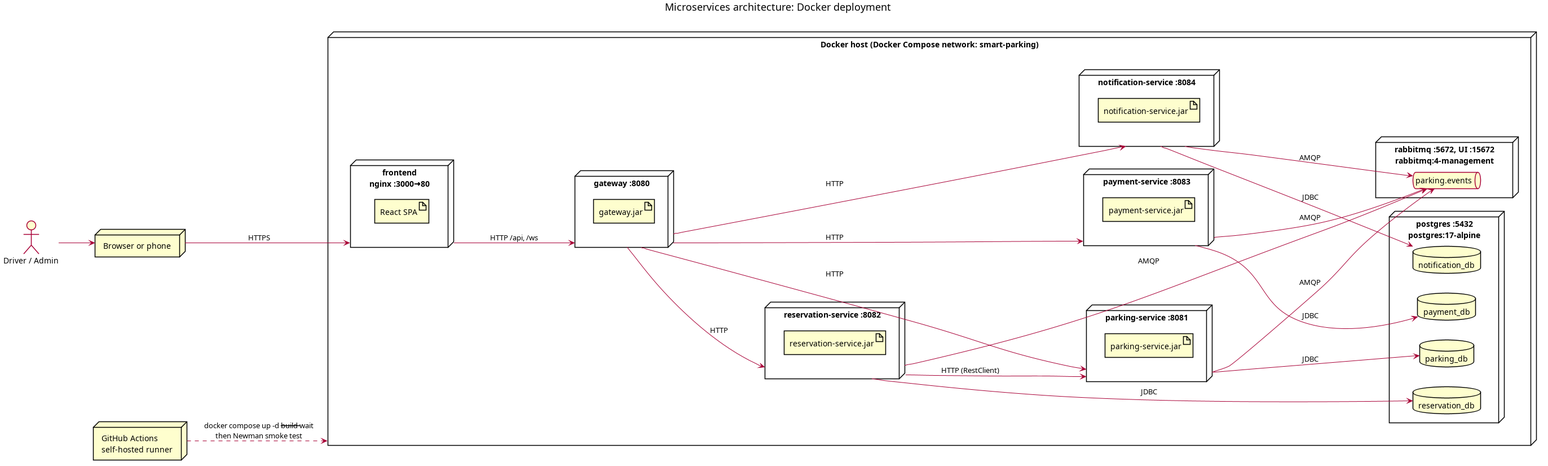
genan2003/spot-on keeps this PlantUML diagram as docs/images/architecture/microservices-deployment.png. Above is the earlier version. Its source is kept beside it as diagrams/architecture/microservices-deployment.puml.
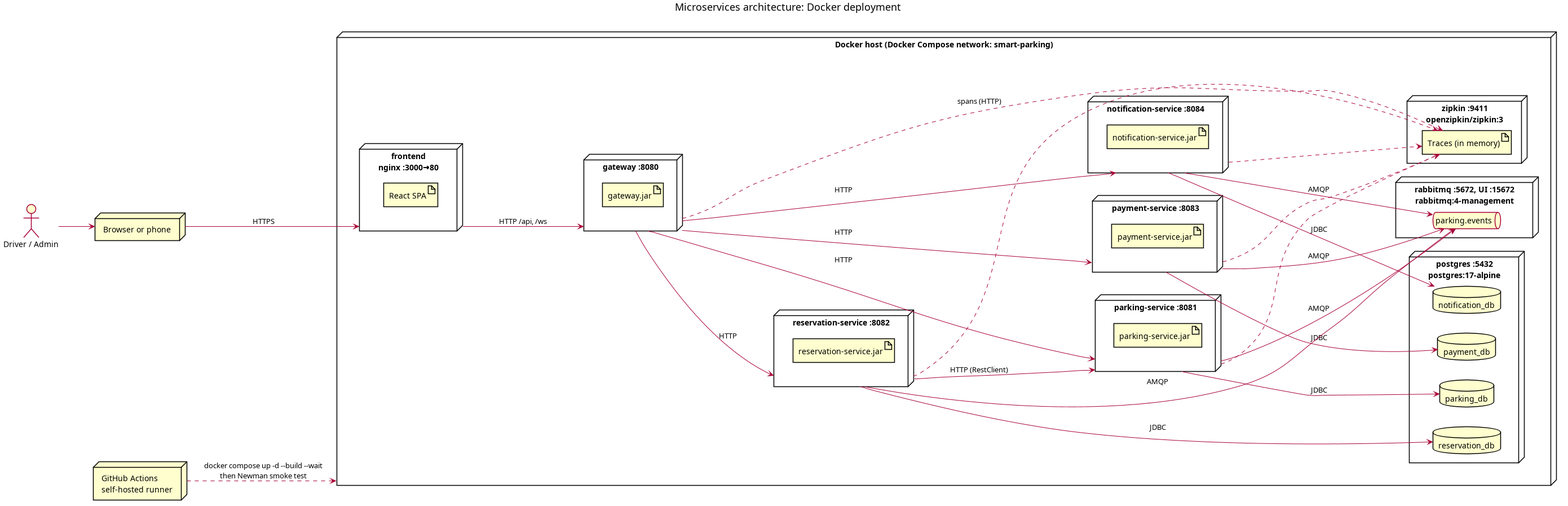
The same file after the commit.

Diff of the diagram source:
```diff
@@ -36,6 +36,9 @@
   node "rabbitmq :5672, UI :15672\nrabbitmq:4-management" as MQNode {
     queue "parking.events" as MQ
   }
+  node "zipkin :9411\nopenzipkin/zipkin:3" as ZK {
+    artifact "Traces (in memory)" as Traces
+  }
 }
 
 node "GitHub Actions\nself-hosted runner" as Runner
@@ -59,6 +62,12 @@
 PayS --> MQ : AMQP
 NS --> MQ : AMQP
 
-Runner ..> Host : docker compose up -d --build --wait\nthen Newman smoke test
+GW ..> Traces : spans (HTTP)
+PS ..> Traces
+RS ..> Traces
+PayS ..> Traces
+NS ..> Traces
+
+Runner ..> Host : docker compose up -d ~--build ~--wait\nthen Newman smoke test
 
 @enduml
```
